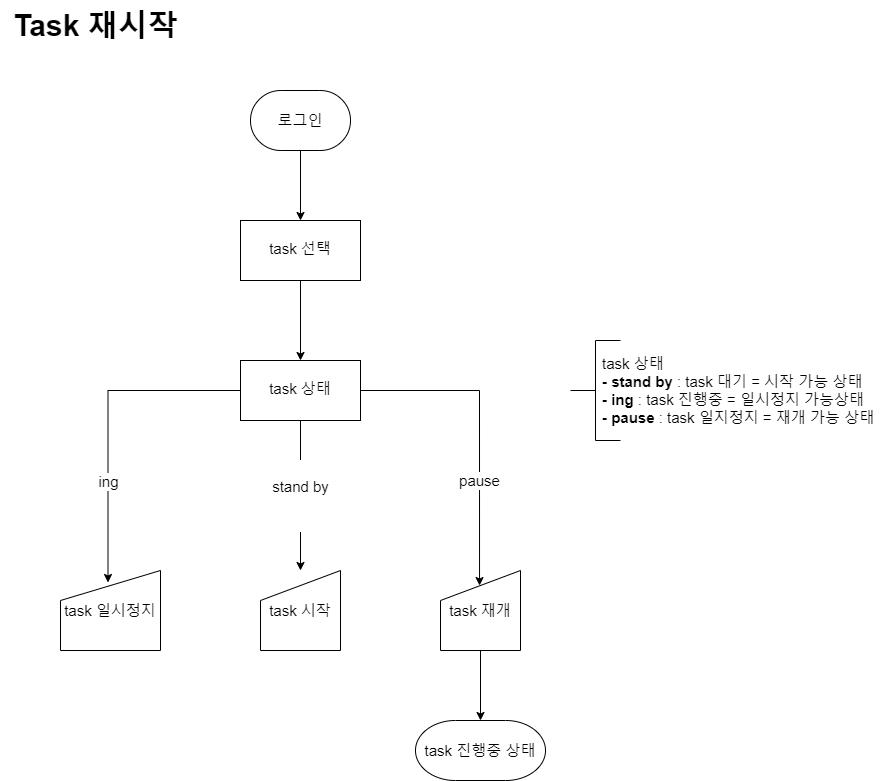
The draw.io diagram timetodo-flowchart/restarting task.png in MEOHIN/todo-pe, before a commit. Source tidied: cells renumbered, new cells last; positions are measured from the earlier drawing's top-left corner, leaving out a move shared by most shapes. Source of this version:
```xml
<mxGraphModel>
  <root>
    <mxCell id="0" />
    <mxCell id="1" parent="0" />
    <mxCell id="2" style="edgeStyle=orthogonalEdgeStyle;rounded=0;jettySize=auto;html=1;fontSize=15;strokeWidth=1;exitX=0.5;exitY=1;exitDx=0;exitDy=0;exitPerimeter=0;" parent="1" edge="1" source="8" target="4">
      <mxGeometry relative="1" as="geometry" />
    </mxCell>
    <mxCell id="3" style="edgeStyle=orthogonalEdgeStyle;rounded=0;jettySize=auto;html=1;fontSize=15;strokeWidth=1;" parent="1" edge="1" source="4" target="12">
      <mxGeometry relative="1" as="geometry" />
    </mxCell>
    <mxCell id="4" value="task 선택" style="whiteSpace=wrap;html=1;fontSize=15;shadow=0;strokeWidth=1;spacing=6;spacingTop=-4;" parent="1" vertex="1">
      <mxGeometry x="240" y="220" width="120" height="60" as="geometry" />
    </mxCell>
    <mxCell id="5" value="task 상태&lt;br style=&quot;font-size: 15px;&quot;&gt;&lt;b style=&quot;font-size: 15px;&quot;&gt;- stand by&lt;/b&gt; : task 대기 = 시작 가능 상태&lt;br style=&quot;font-size: 15px;&quot;&gt;&lt;b style=&quot;font-size: 15px;&quot;&gt;- ing&lt;/b&gt; : task 진행중 = 일시정지 가능상태&lt;br style=&quot;font-size: 15px;&quot;&gt;&lt;b style=&quot;font-size: 15px;&quot;&gt;- pause&lt;/b&gt; : task 일지정지 = 재개 가능 상태" style="text;html=1;strokeColor=none;fillColor=none;align=left;verticalAlign=middle;whiteSpace=wrap;rounded=0;fontSize=15;strokeWidth=1;" parent="1" vertex="1">
      <mxGeometry x="600" y="340" width="280" height="100" as="geometry" />
    </mxCell>
    <mxCell id="6" value="task 시작" style="shape=manualInput;whiteSpace=wrap;html=1;fontSize=15;strokeWidth=1;" parent="1" vertex="1">
      <mxGeometry x="260" y="570" width="80" height="80" as="geometry" />
    </mxCell>
    <mxCell id="7" style="strokeWidth=1;html=1;shape=mxgraph.flowchart.annotation_2;align=left;labelPosition=right;fontSize=15;" parent="1" vertex="1">
      <mxGeometry x="570" y="340" width="50" height="100" as="geometry" />
    </mxCell>
    <mxCell id="8" value="로그인" style="strokeWidth=1;html=1;shape=mxgraph.flowchart.terminator;whiteSpace=wrap;fontSize=15;" parent="1" vertex="1">
      <mxGeometry x="250" y="90" width="100" height="60" as="geometry" />
    </mxCell>
    <mxCell id="9" value="&#10;&lt;span style=&quot;color: rgb(0, 0, 0); font-family: Helvetica; font-size: 15px; font-style: normal; font-variant-ligatures: normal; font-variant-caps: normal; font-weight: 400; letter-spacing: normal; orphans: 2; text-align: center; text-indent: 0px; text-transform: none; widows: 2; word-spacing: 0px; -webkit-text-stroke-width: 0px; background-color: rgb(255, 255, 255); text-decoration-thickness: initial; text-decoration-style: initial; text-decoration-color: initial; float: none; display: inline !important;&quot;&gt;stand by&lt;/span&gt;&#10;&#10;" style="edgeStyle=orthogonalEdgeStyle;rounded=0;jettySize=auto;html=1;strokeWidth=1;fontSize=15;" parent="1" edge="1" source="12" target="6">
      <mxGeometry relative="1" as="geometry" />
    </mxCell>
    <mxCell id="10" value="ing" style="edgeStyle=orthogonalEdgeStyle;rounded=0;jettySize=auto;html=1;exitX=0;exitY=0.5;exitDx=0;exitDy=0;entryX=0.475;entryY=0.15;entryDx=0;entryDy=0;entryPerimeter=0;strokeWidth=1;fontSize=15;" parent="1" edge="1" source="12" target="14">
      <mxGeometry x="0.37" relative="1" as="geometry">
        <mxPoint y="1" as="offset" />
      </mxGeometry>
    </mxCell>
    <mxCell id="11" value="pause" style="edgeStyle=orthogonalEdgeStyle;rounded=0;jettySize=auto;html=1;exitX=1;exitY=0.5;exitDx=0;exitDy=0;entryX=0.488;entryY=0.188;entryDx=0;entryDy=0;entryPerimeter=0;strokeWidth=1;fontSize=15;" parent="1" edge="1" source="12" target="15">
      <mxGeometry x="0.33" relative="1" as="geometry" />
    </mxCell>
    <mxCell id="12" value="task 상태" style="whiteSpace=wrap;html=1;fontSize=15;shadow=0;strokeWidth=1;spacing=6;spacingTop=-4;" parent="1" vertex="1">
      <mxGeometry x="240" y="360" width="120" height="60" as="geometry" />
    </mxCell>
    <mxCell id="13" style="edgeStyle=orthogonalEdgeStyle;rounded=0;jettySize=auto;html=1;strokeWidth=1;fontSize=15;" parent="1" edge="1" target="16">
      <mxGeometry relative="1" as="geometry">
        <mxPoint x="480" y="650" as="sourcePoint" />
      </mxGeometry>
    </mxCell>
    <mxCell id="14" value="task 일시정지" style="shape=manualInput;whiteSpace=wrap;html=1;fontSize=15;strokeWidth=1;" parent="1" vertex="1">
      <mxGeometry x="60" y="570" width="100" height="80" as="geometry" />
    </mxCell>
    <mxCell id="15" value="task 재개" style="shape=manualInput;whiteSpace=wrap;html=1;fontSize=15;strokeWidth=1;" parent="1" vertex="1">
      <mxGeometry x="440" y="570" width="80" height="80" as="geometry" />
    </mxCell>
    <mxCell id="16" value="task 진행중 상태" style="strokeWidth=1;html=1;shape=mxgraph.flowchart.terminator;whiteSpace=wrap;fontSize=15;" parent="1" vertex="1">
      <mxGeometry x="415" y="720" width="130" height="60" as="geometry" />
    </mxCell>
    <mxCell id="17" value="Task 재시작" style="text;html=1;align=center;verticalAlign=middle;strokeColor=none;fillColor=none;fontSize=30;fontStyle=1;" parent="1" vertex="1">
      <mxGeometry width="190" height="50" as="geometry" />
    </mxCell>
  </root>
</mxGraphModel>
```
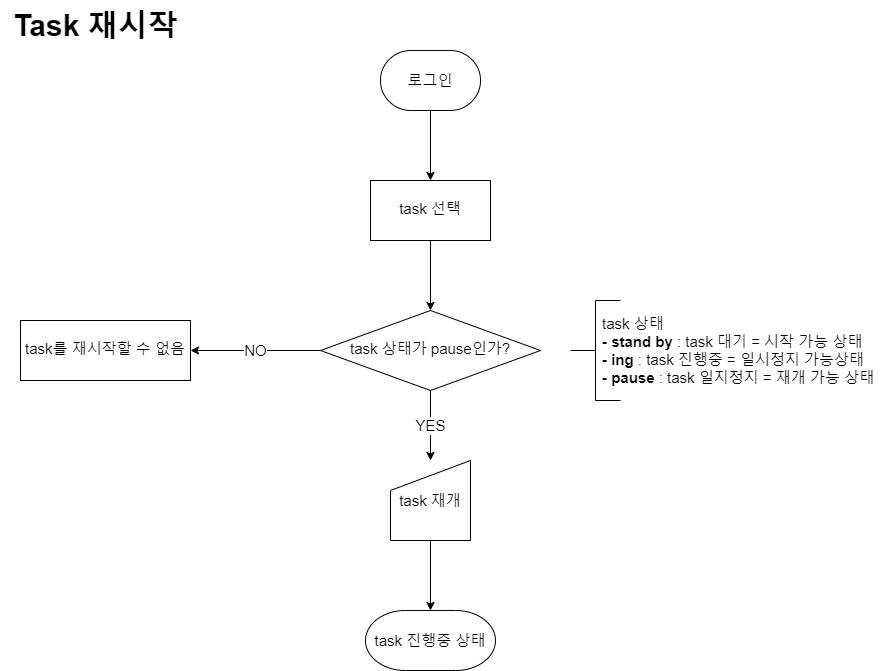
The same file after the commit.

Change to the diagram source:
```diff
@@ -5,54 +5,46 @@
     <mxCell id="2" style="edgeStyle=orthogonalEdgeStyle;rounded=0;jettySize=auto;html=1;fontSize=15;strokeWidth=1;exitX=0.5;exitY=1;exitDx=0;exitDy=0;exitPerimeter=0;" parent="1" edge="1" source="8" target="4">
       <mxGeometry relative="1" as="geometry" />
     </mxCell>
-    <mxCell id="3" style="edgeStyle=orthogonalEdgeStyle;rounded=0;jettySize=auto;html=1;fontSize=15;strokeWidth=1;" parent="1" edge="1" source="4" target="12">
-      <mxGeometry relative="1" as="geometry" />
-    </mxCell>
+    <mxCell id="18" style="edgeStyle=orthogonalEdgeStyle;rounded=0;jettySize=auto;html=1;" parent="1" edge="1" source="4" target="21">
+      <mxGeometry relative="1" as="geometry" />
+    </mxCell>
     <mxCell id="4" value="task 선택" style="whiteSpace=wrap;html=1;fontSize=15;shadow=0;strokeWidth=1;spacing=6;spacingTop=-4;" parent="1" vertex="1">
-      <mxGeometry x="240" y="220" width="120" height="60" as="geometry" />
+      <mxGeometry x="370" y="180" width="120" height="60" as="geometry" />
     </mxCell>
     <mxCell id="5" value="task 상태&lt;br style=&quot;font-size: 15px;&quot;&gt;&lt;b style=&quot;font-size: 15px;&quot;&gt;- stand by&lt;/b&gt; : task 대기 = 시작 가능 상태&lt;br style=&quot;font-size: 15px;&quot;&gt;&lt;b style=&quot;font-size: 15px;&quot;&gt;- ing&lt;/b&gt; : task 진행중 = 일시정지 가능상태&lt;br style=&quot;font-size: 15px;&quot;&gt;&lt;b style=&quot;font-size: 15px;&quot;&gt;- pause&lt;/b&gt; : task 일지정지 = 재개 가능 상태" style="text;html=1;strokeColor=none;fillColor=none;align=left;verticalAlign=middle;whiteSpace=wrap;rounded=0;fontSize=15;strokeWidth=1;" parent="1" vertex="1">
-      <mxGeometry x="600" y="340" width="280" height="100" as="geometry" />
+      <mxGeometry x="600" y="300" width="280" height="100" as="geometry" />
     </mxCell>
-    <mxCell id="6" value="task 시작" style="shape=manualInput;whiteSpace=wrap;html=1;fontSize=15;strokeWidth=1;" parent="1" vertex="1">
-      <mxGeometry x="260" y="570" width="80" height="80" as="geometry" />
-    </mxCell>
     <mxCell id="7" style="strokeWidth=1;html=1;shape=mxgraph.flowchart.annotation_2;align=left;labelPosition=right;fontSize=15;" parent="1" vertex="1">
-      <mxGeometry x="570" y="340" width="50" height="100" as="geometry" />
+      <mxGeometry x="570" y="300" width="50" height="100" as="geometry" />
     </mxCell>
     <mxCell id="8" value="로그인" style="strokeWidth=1;html=1;shape=mxgraph.flowchart.terminator;whiteSpace=wrap;fontSize=15;" parent="1" vertex="1">
-      <mxGeometry x="250" y="90" width="100" height="60" as="geometry" />
+      <mxGeometry x="380" y="50" width="100" height="60" as="geometry" />
     </mxCell>
-    <mxCell id="9" value="&#10;&lt;span style=&quot;color: rgb(0, 0, 0); font-family: Helvetica; font-size: 15px; font-style: normal; font-variant-ligatures: normal; font-variant-caps: normal; font-weight: 400; letter-spacing: normal; orphans: 2; text-align: center; text-indent: 0px; text-transform: none; widows: 2; word-spacing: 0px; -webkit-text-stroke-width: 0px; background-color: rgb(255, 255, 255); text-decoration-thickness: initial; text-decoration-style: initial; text-decoration-color: initial; float: none; display: inline !important;&quot;&gt;stand by&lt;/span&gt;&#10;&#10;" style="edgeStyle=orthogonalEdgeStyle;rounded=0;jettySize=auto;html=1;strokeWidth=1;fontSize=15;" parent="1" edge="1" source="12" target="6">
-      <mxGeometry relative="1" as="geometry" />
-    </mxCell>
-    <mxCell id="10" value="ing" style="edgeStyle=orthogonalEdgeStyle;rounded=0;jettySize=auto;html=1;exitX=0;exitY=0.5;exitDx=0;exitDy=0;entryX=0.475;entryY=0.15;entryDx=0;entryDy=0;entryPerimeter=0;strokeWidth=1;fontSize=15;" parent="1" edge="1" source="12" target="14">
-      <mxGeometry x="0.37" relative="1" as="geometry">
-        <mxPoint y="1" as="offset" />
-      </mxGeometry>
-    </mxCell>
-    <mxCell id="11" value="pause" style="edgeStyle=orthogonalEdgeStyle;rounded=0;jettySize=auto;html=1;exitX=1;exitY=0.5;exitDx=0;exitDy=0;entryX=0.488;entryY=0.188;entryDx=0;entryDy=0;entryPerimeter=0;strokeWidth=1;fontSize=15;" parent="1" edge="1" source="12" target="15">
-      <mxGeometry x="0.33" relative="1" as="geometry" />
-    </mxCell>
-    <mxCell id="12" value="task 상태" style="whiteSpace=wrap;html=1;fontSize=15;shadow=0;strokeWidth=1;spacing=6;spacingTop=-4;" parent="1" vertex="1">
-      <mxGeometry x="240" y="360" width="120" height="60" as="geometry" />
-    </mxCell>
     <mxCell id="13" style="edgeStyle=orthogonalEdgeStyle;rounded=0;jettySize=auto;html=1;strokeWidth=1;fontSize=15;" parent="1" edge="1" target="16">
       <mxGeometry relative="1" as="geometry">
-        <mxPoint x="480" y="650" as="sourcePoint" />
+        <mxPoint x="430" y="540" as="sourcePoint" />
       </mxGeometry>
     </mxCell>
-    <mxCell id="14" value="task 일시정지" style="shape=manualInput;whiteSpace=wrap;html=1;fontSize=15;strokeWidth=1;" parent="1" vertex="1">
-      <mxGeometry x="60" y="570" width="100" height="80" as="geometry" />
-    </mxCell>
     <mxCell id="15" value="task 재개" style="shape=manualInput;whiteSpace=wrap;html=1;fontSize=15;strokeWidth=1;" parent="1" vertex="1">
-      <mxGeometry x="440" y="570" width="80" height="80" as="geometry" />
+      <mxGeometry x="390" y="460" width="80" height="80" as="geometry" />
     </mxCell>
     <mxCell id="16" value="task 진행중 상태" style="strokeWidth=1;html=1;shape=mxgraph.flowchart.terminator;whiteSpace=wrap;fontSize=15;" parent="1" vertex="1">
-      <mxGeometry x="415" y="720" width="130" height="60" as="geometry" />
+      <mxGeometry x="365" y="610" width="130" height="60" as="geometry" />
     </mxCell>
     <mxCell id="17" value="Task 재시작" style="text;html=1;align=center;verticalAlign=middle;strokeColor=none;fillColor=none;fontSize=30;fontStyle=1;" parent="1" vertex="1">
       <mxGeometry width="190" height="50" as="geometry" />
     </mxCell>
+    <mxCell id="19" value="YES" style="edgeStyle=orthogonalEdgeStyle;rounded=0;jettySize=auto;html=1;fontSize=15;" parent="1" edge="1" source="21" target="15">
+      <mxGeometry relative="1" as="geometry" />
+    </mxCell>
+    <mxCell id="20" value="NO" style="edgeStyle=orthogonalEdgeStyle;rounded=0;jettySize=auto;html=1;fontSize=15;" parent="1" edge="1" source="21" target="22">
+      <mxGeometry relative="1" as="geometry" />
+    </mxCell>
+    <mxCell id="21" value="task 상태가 pause인가?" style="rhombus;whiteSpace=wrap;html=1;fontSize=15;shadow=0;strokeWidth=1;spacing=6;spacingTop=-4;" parent="1" vertex="1">
+      <mxGeometry x="320" y="310" width="220" height="80" as="geometry" />
+    </mxCell>
+    <mxCell id="22" value="task를 재시작할 수 없음" style="whiteSpace=wrap;html=1;fontSize=15;shadow=0;strokeWidth=1;spacing=6;spacingTop=-4;" parent="1" vertex="1">
+      <mxGeometry x="20" y="320" width="170" height="60" as="geometry" />
+    </mxCell>
   </root>
 </mxGraphModel>
```
